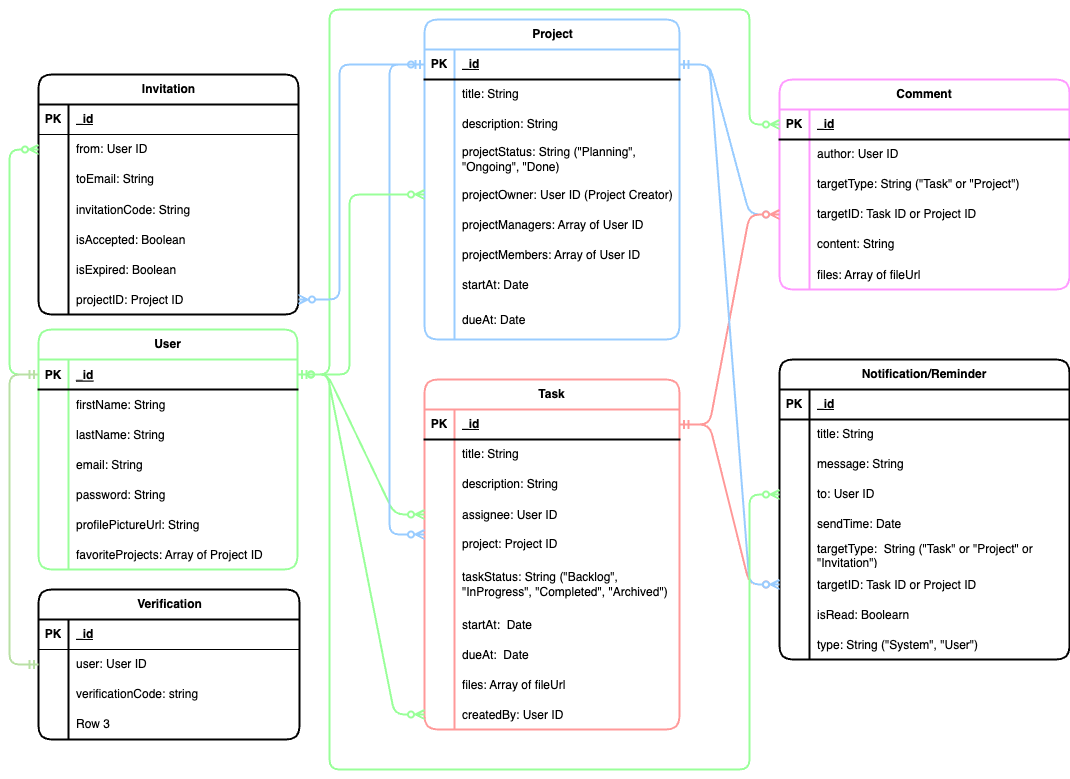
This is docs/task-manager-api-ERD.drawio.png from baophammm/task-manager-be, a draw.io export, as it was before one commit. Source tidied: cells renumbered, new cells last; positions are measured from the earlier drawing's top-left corner, leaving out a move shared by most shapes.
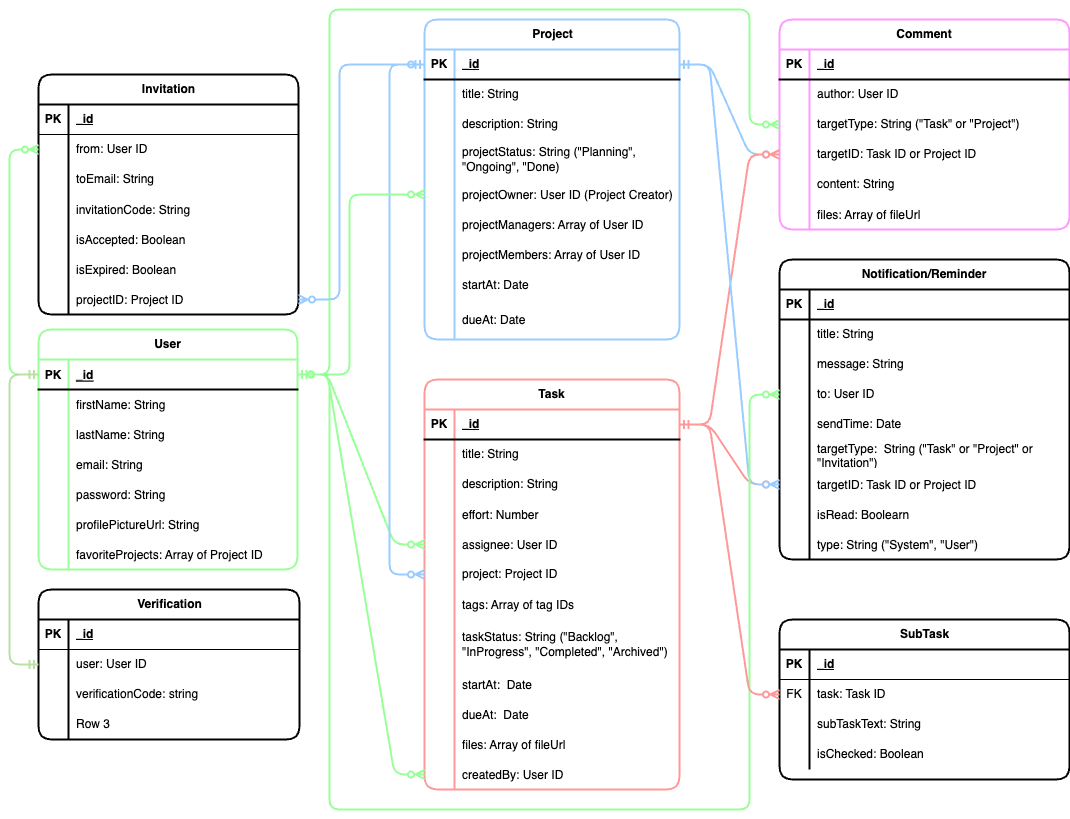
The same file after the commit.

Commit message:
Add sub-task within task feature

The edit, as a diff of the source:
```diff
@@ -153,7 +153,7 @@
       <mxGeometry x="30" width="225" height="40" as="geometry" />
     </mxCell>
     <mxCell id="52" value="Task" style="shape=table;startSize=30;rowLines=0;fontStyle=1;align=center;html=1;strokeWidth=2;whiteSpace=wrap;rounded=1;strokeColor=#FF9999;" parent="1" vertex="1">
-      <mxGeometry x="415" y="370" width="255" height="350" as="geometry" />
+      <mxGeometry x="415" y="370" width="255" height="410" as="geometry" />
     </mxCell>
     <mxCell id="53" style="shape=tableRow;horizontal=0;startSize=0;swimlaneHead=0;swimlaneBody=0;fillColor=none;points=[[0,0.5],[1,0.5]];portConstraint=eastwest;top=0;left=0;right=0;bottom=1;strokeWidth=2;" parent="52" vertex="1">
       <mxGeometry y="30" width="255" height="30" as="geometry" />
@@ -182,8 +182,17 @@
     <mxCell id="61" value="description: String" style="shape=partialRectangle;fillColor=none;top=0;left=0;bottom=0;right=0;align=left;spacingLeft=6;overflow=hidden;whiteSpace=wrap;html=1;strokeWidth=2;" parent="59" vertex="1">
       <mxGeometry x="30" width="225" height="30" as="geometry" />
     </mxCell>
+    <mxCell id="178" style="shape=tableRow;horizontal=0;startSize=0;swimlaneHead=0;swimlaneBody=0;fillColor=none;top=0;left=0;right=0;bottom=0;" parent="52" vertex="1">
+      <mxGeometry y="120" width="255" height="30" as="geometry" />
+    </mxCell>
+    <mxCell id="179" style="shape=partialRectangle;fillColor=none;top=0;left=0;bottom=0;right=0;overflow=hidden;" parent="178" vertex="1">
+      <mxGeometry width="30" height="30" as="geometry" />
+    </mxCell>
+    <mxCell id="180" value="effort: Number" style="shape=partialRectangle;fillColor=none;top=0;left=0;bottom=0;right=0;align=left;spacingLeft=6;overflow=hidden;" parent="178" vertex="1">
+      <mxGeometry x="30" width="225" height="30" as="geometry" />
+    </mxCell>
     <mxCell id="62" style="shape=tableRow;horizontal=0;startSize=0;swimlaneHead=0;swimlaneBody=0;fillColor=none;points=[[0,0.5],[1,0.5]];portConstraint=eastwest;top=0;left=0;right=0;bottom=0;strokeWidth=2;" parent="52" vertex="1">
-      <mxGeometry y="120" width="255" height="30" as="geometry" />
+      <mxGeometry y="150" width="255" height="30" as="geometry" />
     </mxCell>
     <mxCell id="63" style="shape=partialRectangle;fillColor=none;top=0;left=0;bottom=0;right=0;overflow=hidden;strokeWidth=2;" parent="62" vertex="1">
       <mxGeometry width="30" height="30" as="geometry" />
@@ -192,7 +201,7 @@
       <mxGeometry x="30" width="225" height="30" as="geometry" />
     </mxCell>
     <mxCell id="65" style="shape=tableRow;horizontal=0;startSize=0;swimlaneHead=0;swimlaneBody=0;fillColor=none;points=[[0,0.5],[1,0.5]];portConstraint=eastwest;top=0;left=0;right=0;bottom=0;strokeWidth=2;" parent="52" vertex="1">
-      <mxGeometry y="150" width="255" height="30" as="geometry" />
+      <mxGeometry y="180" width="255" height="30" as="geometry" />
     </mxCell>
     <mxCell id="66" style="shape=partialRectangle;fillColor=none;top=0;left=0;bottom=0;right=0;overflow=hidden;whiteSpace=wrap;html=1;strokeWidth=2;" parent="65" vertex="1">
       <mxGeometry width="30" height="30" as="geometry" />
@@ -200,8 +209,17 @@
     <mxCell id="67" value="project: Project ID" style="shape=partialRectangle;fillColor=none;top=0;left=0;bottom=0;right=0;align=left;spacingLeft=6;overflow=hidden;whiteSpace=wrap;html=1;strokeWidth=2;" parent="65" vertex="1">
       <mxGeometry x="30" width="225" height="30" as="geometry" />
     </mxCell>
+    <mxCell id="181" style="shape=tableRow;horizontal=0;startSize=0;swimlaneHead=0;swimlaneBody=0;fillColor=none;top=0;left=0;right=0;bottom=0;" parent="52" vertex="1">
+      <mxGeometry y="210" width="255" height="30" as="geometry" />
+    </mxCell>
+    <mxCell id="182" style="shape=partialRectangle;fillColor=none;top=0;left=0;bottom=0;right=0;overflow=hidden;" parent="181" vertex="1">
+      <mxGeometry width="30" height="30" as="geometry" />
+    </mxCell>
+    <mxCell id="183" value="tags: Array of tag IDs" style="shape=partialRectangle;fillColor=none;top=0;left=0;bottom=0;right=0;align=left;spacingLeft=6;overflow=hidden;" parent="181" vertex="1">
+      <mxGeometry x="30" width="225" height="30" as="geometry" />
+    </mxCell>
     <mxCell id="68" style="shape=tableRow;horizontal=0;startSize=0;swimlaneHead=0;swimlaneBody=0;fillColor=none;top=0;left=0;right=0;bottom=0;strokeWidth=2;" parent="52" vertex="1">
-      <mxGeometry y="180" width="255" height="50" as="geometry" />
+      <mxGeometry y="240" width="255" height="50" as="geometry" />
     </mxCell>
     <mxCell id="69" style="shape=partialRectangle;fillColor=none;top=0;left=0;bottom=0;right=0;overflow=hidden;strokeWidth=2;" parent="68" vertex="1">
       <mxGeometry width="30" height="50" as="geometry" />
@@ -210,7 +228,7 @@
       <mxGeometry x="30" width="225" height="50" as="geometry" />
     </mxCell>
     <mxCell id="71" style="shape=tableRow;horizontal=0;startSize=0;swimlaneHead=0;swimlaneBody=0;fillColor=none;top=0;left=0;right=0;bottom=0;strokeWidth=2;" parent="52" vertex="1">
-      <mxGeometry y="230" width="255" height="30" as="geometry" />
+      <mxGeometry y="290" width="255" height="30" as="geometry" />
     </mxCell>
     <mxCell id="72" style="shape=partialRectangle;fillColor=none;top=0;left=0;bottom=0;right=0;overflow=hidden;strokeWidth=2;" parent="71" vertex="1">
       <mxGeometry width="30" height="30" as="geometry" />
@@ -219,7 +237,7 @@
       <mxGeometry x="30" width="225" height="30" as="geometry" />
     </mxCell>
     <mxCell id="74" style="shape=tableRow;horizontal=0;startSize=0;swimlaneHead=0;swimlaneBody=0;fillColor=none;top=0;left=0;right=0;bottom=0;strokeWidth=2;" parent="52" vertex="1">
-      <mxGeometry y="260" width="255" height="30" as="geometry" />
+      <mxGeometry y="320" width="255" height="30" as="geometry" />
     </mxCell>
     <mxCell id="75" style="shape=partialRectangle;fillColor=none;top=0;left=0;bottom=0;right=0;overflow=hidden;strokeWidth=2;" parent="74" vertex="1">
       <mxGeometry width="30" height="30" as="geometry" />
@@ -228,7 +246,7 @@
       <mxGeometry x="30" width="225" height="30" as="geometry" />
     </mxCell>
     <mxCell id="77" style="shape=tableRow;horizontal=0;startSize=0;swimlaneHead=0;swimlaneBody=0;fillColor=none;top=0;left=0;right=0;bottom=0;" parent="52" vertex="1">
-      <mxGeometry y="290" width="255" height="30" as="geometry" />
+      <mxGeometry y="350" width="255" height="30" as="geometry" />
     </mxCell>
     <mxCell id="78" style="shape=partialRectangle;fillColor=none;top=0;left=0;bottom=0;right=0;overflow=hidden;" parent="77" vertex="1">
       <mxGeometry width="30" height="30" as="geometry" />
@@ -237,7 +255,7 @@
       <mxGeometry x="30" width="225" height="30" as="geometry" />
     </mxCell>
     <mxCell id="80" style="shape=tableRow;horizontal=0;startSize=0;swimlaneHead=0;swimlaneBody=0;fillColor=none;points=[[0,0.5],[1,0.5]];portConstraint=eastwest;top=0;left=0;right=0;bottom=0;" parent="52" vertex="1">
-      <mxGeometry y="320" width="255" height="30" as="geometry" />
+      <mxGeometry y="380" width="255" height="30" as="geometry" />
     </mxCell>
     <mxCell id="81" style="shape=partialRectangle;fillColor=none;top=0;left=0;bottom=0;right=0;overflow=hidden;" parent="80" vertex="1">
       <mxGeometry width="30" height="30" as="geometry" />
@@ -246,7 +264,7 @@
       <mxGeometry x="30" width="225" height="30" as="geometry" />
     </mxCell>
     <mxCell id="83" value="Comment" style="shape=table;startSize=30;rowLines=0;fontStyle=1;align=center;html=1;whiteSpace=wrap;strokeWidth=2;rounded=1;strokeColor=#FF99FF;" parent="1" vertex="1">
-      <mxGeometry x="770" y="70" width="290" height="210" as="geometry" />
+      <mxGeometry x="770" y="10" width="290" height="210" as="geometry" />
     </mxCell>
     <mxCell id="84" style="shape=tableRow;horizontal=0;startSize=0;swimlaneHead=0;swimlaneBody=0;fillColor=none;top=0;left=0;right=0;bottom=1;whiteSpace=wrap;strokeWidth=2;" parent="83" vertex="1">
       <mxGeometry y="30" width="290" height="30" as="geometry" />
@@ -303,7 +321,7 @@
       <mxGeometry x="30" width="260" height="30" as="geometry" />
     </mxCell>
     <mxCell id="102" value="Notification/Reminder" style="shape=table;startSize=30;rowLines=0;fontStyle=1;align=center;html=1;whiteSpace=wrap;strokeWidth=2;rounded=1;" parent="1" vertex="1">
-      <mxGeometry x="770" y="350" width="290" height="300" as="geometry" />
+      <mxGeometry x="770" y="250" width="290" height="300" as="geometry" />
     </mxCell>
     <mxCell id="103" style="shape=tableRow;horizontal=0;startSize=0;swimlaneHead=0;swimlaneBody=0;fillColor=none;top=0;left=0;right=0;bottom=1;whiteSpace=wrap;strokeWidth=2;" parent="102" vertex="1">
       <mxGeometry y="30" width="290" height="30" as="geometry" />
@@ -390,6 +408,7 @@
       <mxGeometry relative="1" as="geometry">
         <Array as="points">
           <mxPoint x="400" y="460" />
+          <mxPoint x="400" y="540" />
         </Array>
       </mxGeometry>
     </mxCell>
@@ -406,7 +425,7 @@
       <mxGeometry relative="1" as="geometry">
         <Array as="points">
           <mxPoint x="380" y="55" />
-          <mxPoint x="380" y="525" />
+          <mxPoint x="380" y="565" />
         </Array>
       </mxGeometry>
     </mxCell>
@@ -428,9 +447,9 @@
       <mxGeometry relative="1" as="geometry">
         <Array as="points">
           <mxPoint x="320" y="365" />
-          <mxPoint x="320" y="760" />
-          <mxPoint x="740" y="760" />
-          <mxPoint x="740" y="485" />
+          <mxPoint x="320" y="800" />
+          <mxPoint x="740" y="800" />
+          <mxPoint x="740" y="385" />
         </Array>
       </mxGeometry>
     </mxCell>
@@ -578,5 +597,47 @@
         </Array>
       </mxGeometry>
     </mxCell>
+    <mxCell id="184" value="SubTask" style="shape=table;startSize=30;rowLines=0;fontStyle=1;align=center;html=1;rounded=1;strokeWidth=2;" parent="1" vertex="1">
+      <mxGeometry x="770" y="610" width="290" height="160" as="geometry" />
+    </mxCell>
+    <mxCell id="185" style="shape=tableRow;horizontal=0;startSize=0;swimlaneHead=0;swimlaneBody=0;fillColor=none;top=0;left=0;right=0;bottom=1;" parent="184" vertex="1">
+      <mxGeometry y="30" width="290" height="30" as="geometry" />
+    </mxCell>
+    <mxCell id="186" value="PK" style="shape=partialRectangle;fillColor=none;top=0;left=0;bottom=0;right=0;fontStyle=1;overflow=hidden;whiteSpace=wrap;html=1;" parent="185" vertex="1">
+      <mxGeometry width="30" height="30" as="geometry" />
+    </mxCell>
+    <mxCell id="187" value="_id" style="shape=partialRectangle;fillColor=none;top=0;left=0;bottom=0;right=0;align=left;spacingLeft=6;fontStyle=5;overflow=hidden;whiteSpace=wrap;html=1;" parent="185" vertex="1">
+      <mxGeometry x="30" width="260" height="30" as="geometry" />
+    </mxCell>
+    <mxCell id="188" style="shape=tableRow;horizontal=0;startSize=0;swimlaneHead=0;swimlaneBody=0;fillColor=none;points=[[0,0.5],[1,0.5]];portConstraint=eastwest;top=0;left=0;right=0;bottom=0;" parent="184" vertex="1">
+      <mxGeometry y="60" width="290" height="30" as="geometry" />
+    </mxCell>
+    <mxCell id="189" value="FK" style="shape=partialRectangle;fillColor=none;top=0;left=0;bottom=0;right=0;fontStyle=0;overflow=hidden;whiteSpace=wrap;html=1;" parent="188" vertex="1">
+      <mxGeometry width="30" height="30" as="geometry" />
+    </mxCell>
+    <mxCell id="190" value="task: Task ID" style="shape=partialRectangle;fillColor=none;top=0;left=0;bottom=0;right=0;align=left;spacingLeft=6;fontStyle=0;overflow=hidden;whiteSpace=wrap;html=1;" parent="188" vertex="1">
+      <mxGeometry x="30" width="260" height="30" as="geometry" />
+    </mxCell>
+    <mxCell id="191" style="shape=tableRow;horizontal=0;startSize=0;swimlaneHead=0;swimlaneBody=0;fillColor=none;top=0;left=0;right=0;bottom=0;" parent="184" vertex="1">
+      <mxGeometry y="90" width="290" height="30" as="geometry" />
+    </mxCell>
+    <mxCell id="192" style="shape=partialRectangle;fillColor=none;top=0;left=0;bottom=0;right=0;overflow=hidden;whiteSpace=wrap;html=1;" parent="191" vertex="1">
+      <mxGeometry width="30" height="30" as="geometry" />
+    </mxCell>
+    <mxCell id="193" value="subTaskText: String" style="shape=partialRectangle;fillColor=none;top=0;left=0;bottom=0;right=0;align=left;spacingLeft=6;overflow=hidden;whiteSpace=wrap;html=1;" parent="191" vertex="1">
+      <mxGeometry x="30" width="260" height="30" as="geometry" />
+    </mxCell>
+    <mxCell id="194" style="shape=tableRow;horizontal=0;startSize=0;swimlaneHead=0;swimlaneBody=0;fillColor=none;top=0;left=0;right=0;bottom=0;" parent="184" vertex="1">
+      <mxGeometry y="120" width="290" height="30" as="geometry" />
+    </mxCell>
+    <mxCell id="195" style="shape=partialRectangle;fillColor=none;top=0;left=0;bottom=0;right=0;overflow=hidden;whiteSpace=wrap;html=1;" parent="194" vertex="1">
+      <mxGeometry width="30" height="30" as="geometry" />
+    </mxCell>
+    <mxCell id="196" value="isChecked: Boolean" style="shape=partialRectangle;fillColor=none;top=0;left=0;bottom=0;right=0;align=left;spacingLeft=6;overflow=hidden;whiteSpace=wrap;html=1;" parent="194" vertex="1">
+      <mxGeometry x="30" width="260" height="30" as="geometry" />
+    </mxCell>
+    <mxCell id="197" style="fontSize=12;html=1;endArrow=ERzeroToMany;startArrow=ERmandOne;rounded=1;exitX=1;exitY=0.5;exitDx=0;exitDy=0;edgeStyle=entityRelationEdgeStyle;curved=0;strokeWidth=2;strokeColor=#FF9999;" parent="1" edge="1" source="53" target="188">
+      <mxGeometry relative="1" as="geometry" />
+    </mxCell>
   </root>
 </mxGraphModel>
```
